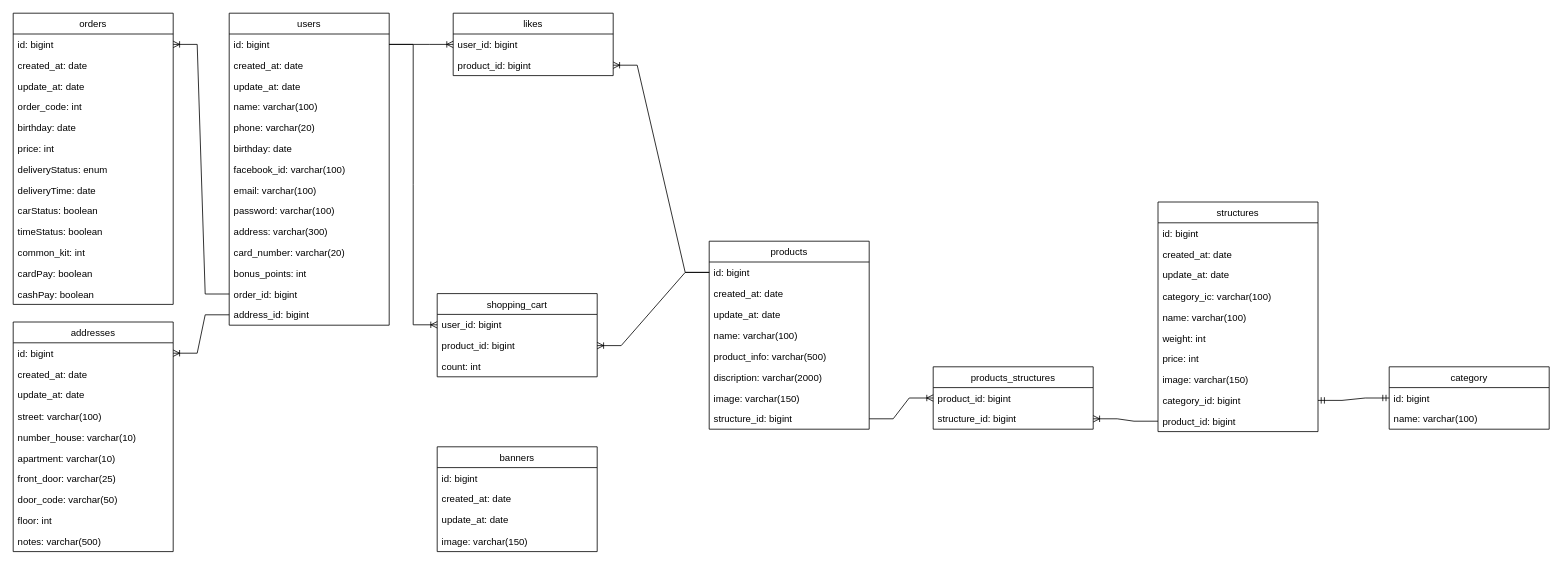
This is src/Vilki_Palki.drawio from NikitaFoshch/UML, a draw.io file, before an edit. Source tidied: cells renumbered, new cells numbered last; positions are measured from the earlier drawing's top-left corner, leaving out a move shared by most shapes. Both pictures are drawn from the tidied source at 80%, with x=0, y=0 at pixel (13, 13).
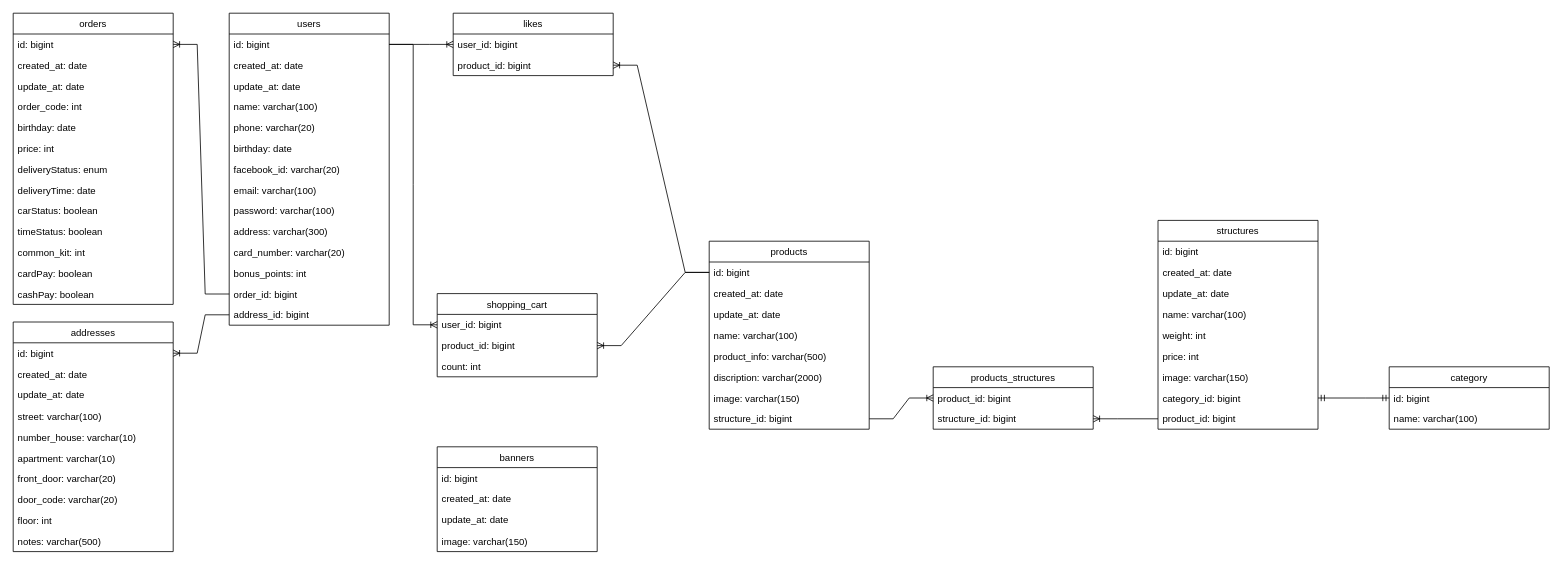
After the change.

The change refers to these unchanged cells:
```xml
<mxCell id="2" value="users" style="swimlane;fontStyle=0;horizontal=1;startSize=26;fillColor=none;" parent="1" vertex="1">
  <mxGeometry x="270" width="200" height="390" as="geometry" />
</mxCell>
<mxCell id="17" value="addresses" style="swimlane;fontStyle=0;horizontal=1;startSize=26;fillColor=none;" parent="1" vertex="1">
  <mxGeometry y="386" width="200" height="287" as="geometry" />
</mxCell>
```

The edit, as a diff of the source:
```diff
@@
-    <mxCell id="9" value="facebook_id: varchar(100)" style="text;strokeColor=none;fillColor=none;align=left;verticalAlign=top;spacingLeft=4;spacingRight=4;overflow=hidden;" parent="2" vertex="1">
+    <mxCell id="9" value="facebook_id: varchar(20)" style="text;strokeColor=none;fillColor=none;align=left;verticalAlign=top;spacingLeft=4;spacingRight=4;overflow=hidden;" parent="2" vertex="1">
       <mxGeometry y="182" width="200" height="26" as="geometry" />
     </mxCell>
@@
-    <mxCell id="24" value="front_door: varchar(25)" style="text;strokeColor=none;fillColor=none;align=left;verticalAlign=top;spacingLeft=4;spacingRight=4;overflow=hidden;" parent="17" vertex="1">
+    <mxCell id="24" value="front_door: varchar(20)" style="text;strokeColor=none;fillColor=none;align=left;verticalAlign=top;spacingLeft=4;spacingRight=4;overflow=hidden;" parent="17" vertex="1">
       <mxGeometry y="183" width="200" height="26" as="geometry" />
     </mxCell>
-    <mxCell id="25" value="door_code: varchar(50)" style="text;strokeColor=none;fillColor=none;align=left;verticalAlign=top;spacingLeft=4;spacingRight=4;overflow=hidden;" parent="17" vertex="1">
+    <mxCell id="25" value="door_code: varchar(20)" style="text;strokeColor=none;fillColor=none;align=left;verticalAlign=top;spacingLeft=4;spacingRight=4;overflow=hidden;" parent="17" vertex="1">
       <mxGeometry y="209" width="200" height="26" as="geometry" />
     </mxCell>
@@
     <mxCell id="59" value="structures" style="swimlane;fontStyle=0;horizontal=1;startSize=26;fillColor=none;" parent="1" vertex="1">
-      <mxGeometry x="1431" y="236" width="200" height="287" as="geometry" />
+      <mxGeometry x="1431" y="259" width="200" height="261" as="geometry" />
     </mxCell>
@@
-    <mxCell id="63" value="category_ic: varchar(100)" style="text;strokeColor=none;fillColor=none;align=left;verticalAlign=top;spacingLeft=4;spacingRight=4;overflow=hidden;" parent="59" vertex="1">
-      <mxGeometry y="105" width="200" height="26" as="geometry" />
-    </mxCell>
     <mxCell id="64" value="name: varchar(100)" style="text;strokeColor=none;fillColor=none;align=left;verticalAlign=top;spacingLeft=4;spacingRight=4;overflow=hidden;" parent="59" vertex="1">
-      <mxGeometry y="131" width="200" height="26" as="geometry" />
+      <mxGeometry y="105" width="200" height="26" as="geometry" />
     </mxCell>
     <mxCell id="65" value="weight: int" style="text;strokeColor=none;fillColor=none;align=left;verticalAlign=top;spacingLeft=4;spacingRight=4;overflow=hidden;" parent="59" vertex="1">
-      <mxGeometry y="157" width="200" height="26" as="geometry" />
+      <mxGeometry y="131" width="200" height="26" as="geometry" />
     </mxCell>
     <mxCell id="66" value="price: int" style="text;strokeColor=none;fillColor=none;align=left;verticalAlign=top;spacingLeft=4;spacingRight=4;overflow=hidden;" parent="59" vertex="1">
-      <mxGeometry y="183" width="200" height="26" as="geometry" />
+      <mxGeometry y="157" width="200" height="26" as="geometry" />
     </mxCell>
     <mxCell id="67" value="image: varchar(150)" style="text;strokeColor=none;fillColor=none;align=left;verticalAlign=top;spacingLeft=4;spacingRight=4;overflow=hidden;" parent="59" vertex="1">
-      <mxGeometry y="209" width="200" height="26" as="geometry" />
+      <mxGeometry y="183" width="200" height="26" as="geometry" />
     </mxCell>
     <mxCell id="68" value="category_id: bigint" style="text;strokeColor=none;fillColor=none;align=left;verticalAlign=top;spacingLeft=4;spacingRight=4;overflow=hidden;points=[[0,0.5],[1,0.5]];portConstraint=eastwest;" parent="59" vertex="1">
-      <mxGeometry y="235" width="200" height="26" as="geometry" />
+      <mxGeometry y="209" width="200" height="26" as="geometry" />
     </mxCell>
     <mxCell id="69" value="product_id: bigint" style="text;strokeColor=none;fillColor=none;align=left;verticalAlign=top;spacingLeft=4;spacingRight=4;overflow=hidden;points=[[0,0.5],[1,0.5]];portConstraint=eastwest;" parent="59" vertex="1">
-      <mxGeometry y="261" width="200" height="26" as="geometry" />
+      <mxGeometry y="235" width="200" height="26" as="geometry" />
     </mxCell>
```
